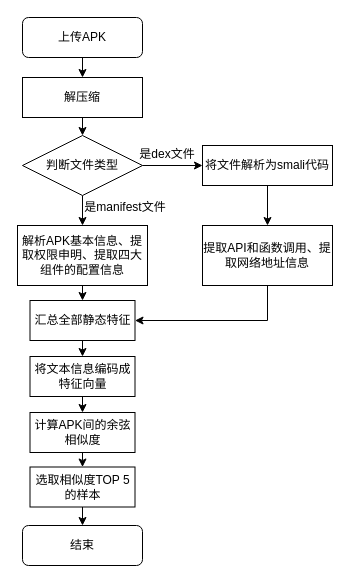
This is APK相似性分析流程.drawio from sunray42/diagrams, a draw.io file, before an edit. Source tidied: cells renumbered, new cells numbered last; positions are measured from the earlier drawing's top-left corner, leaving out a move shared by most shapes. Both pictures are drawn from the tidied source at 100%, with x=0, y=0 at pixel (17, 17).
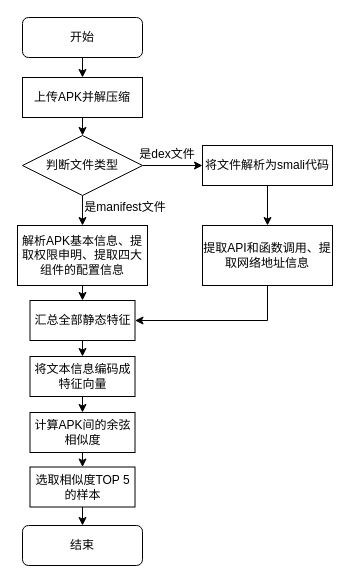
Above is the later version.

Commit message:
更新APK相似性分析流程.drawio

What changed in the source:
```diff
@@
-    <mxCell id="3" value="解压缩" style="rounded=0;whiteSpace=wrap;html=1;" parent="1" vertex="1">
+    <mxCell id="3" value="上传APK并解压缩" style="rounded=0;whiteSpace=wrap;html=1;" parent="1" vertex="1">
       <mxGeometry x="5" y="60" width="120" height="40" as="geometry" />
     </mxCell>
@@
-    <mxCell id="5" value="上传APK" style="rounded=1;whiteSpace=wrap;html=1;" parent="1" vertex="1">
+    <mxCell id="5" value="开始" style="rounded=1;whiteSpace=wrap;html=1;" parent="1" vertex="1">
       <mxGeometry x="5" width="120" height="40" as="geometry" />
     </mxCell>
```
